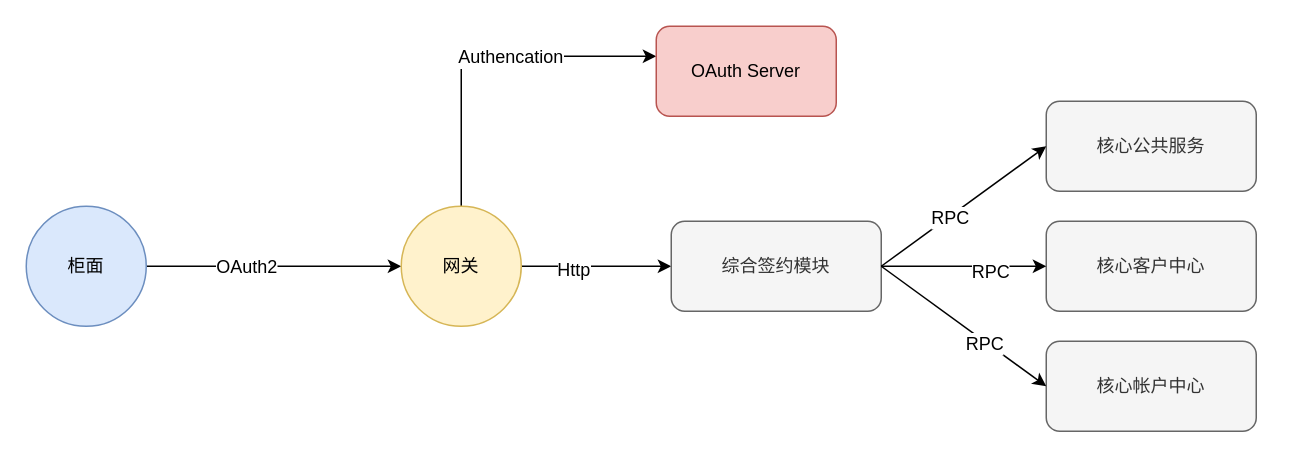
Before: page "第 4 页" (4 of 5) of 核心前置系统.drawio in sam1982/draw, a draw.io diagram. Source tidied: cells renumbered, new cells numbered last; positions are measured from the earlier drawing's top-left corner, leaving out a move shared by most shapes. Both pictures are drawn from the tidied source at 150%, with x=0, y=0 at pixel (26, 26).
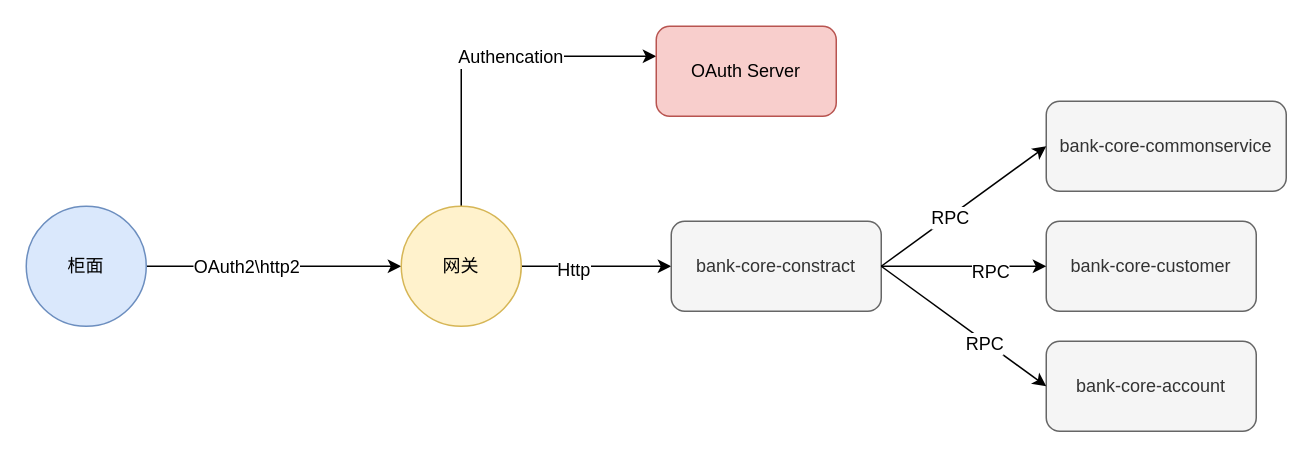
The same diagram, later.

Commit message (it also covers changes not shown here):
更新核心前置系统.drawio

Unchanged cells that the change refers to:
```xml
<mxCell id="2" style="edgeStyle=orthogonalEdgeStyle;rounded=0;jettySize=auto;html=1;" parent="1" edge="1" source="4" target="9">
  <mxGeometry relative="1" as="geometry" />
</mxCell>
```

Change to the diagram source:
```diff
@@
-    <mxCell id="3" value="OAuth2" style="text;html=1;align=center;verticalAlign=middle;labelBackgroundColor=#ffffff;" parent="2" vertex="1">
+    <mxCell id="3" value="OAuth2\http2" style="text;html=1;align=center;verticalAlign=middle;labelBackgroundColor=#ffffff;" parent="2" vertex="1">
       <mxGeometry x="-0.22" relative="1" as="geometry" />
     </mxCell>
@@
-    <mxCell id="11" value="综合签约模块" style="rounded=1;whiteSpace=wrap;html=1;fillColor=#f5f5f5;strokeColor=#666666;fontColor=#333333;" parent="1" vertex="1">
+    <mxCell id="11" value="bank-core-constract" style="rounded=1;whiteSpace=wrap;html=1;fillColor=#f5f5f5;strokeColor=#666666;fontColor=#333333;" parent="1" vertex="1">
       <mxGeometry x="430" y="130" width="140" height="60" as="geometry" />
     </mxCell>
-    <mxCell id="12" value="&lt;div&gt;核心公共服务&lt;/div&gt;" style="rounded=1;whiteSpace=wrap;html=1;fillColor=#f5f5f5;strokeColor=#666666;fontColor=#333333;" parent="1" vertex="1">
-      <mxGeometry x="680" y="50" width="140" height="60" as="geometry" />
+    <mxCell id="12" value="bank-core-commonservice" style="rounded=1;whiteSpace=wrap;html=1;fillColor=#f5f5f5;strokeColor=#666666;fontColor=#333333;" parent="1" vertex="1">
+      <mxGeometry x="680" y="50" width="160" height="60" as="geometry" />
     </mxCell>
-    <mxCell id="13" value="核心客户中心" style="rounded=1;whiteSpace=wrap;html=1;fillColor=#f5f5f5;strokeColor=#666666;fontColor=#333333;" parent="1" vertex="1">
+    <mxCell id="13" value="bank-core-customer" style="rounded=1;whiteSpace=wrap;html=1;fillColor=#f5f5f5;strokeColor=#666666;fontColor=#333333;" parent="1" vertex="1">
       <mxGeometry x="680" y="130" width="140" height="60" as="geometry" />
     </mxCell>
-    <mxCell id="14" value="核心帐户中心" style="rounded=1;whiteSpace=wrap;html=1;fillColor=#f5f5f5;strokeColor=#666666;fontColor=#333333;" parent="1" vertex="1">
+    <mxCell id="14" value="bank-core-account" style="rounded=1;whiteSpace=wrap;html=1;fillColor=#f5f5f5;strokeColor=#666666;fontColor=#333333;" parent="1" vertex="1">
       <mxGeometry x="680" y="210" width="140" height="60" as="geometry" />
     </mxCell>
```
